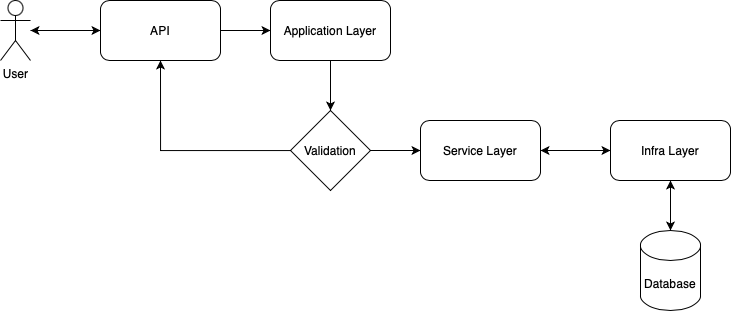
Above: architecture.png in wbail/hotel-reservation (draw.io), before the change. Source tidied: cells renumbered, new cells last; positions are measured from the earlier drawing's top-left corner, leaving out a move shared by most shapes. Its diagram source:
```xml
<mxGraphModel>
  <root>
    <mxCell id="0" />
    <mxCell id="1" parent="0" />
    <mxCell id="2" style="edgeStyle=orthogonalEdgeStyle;rounded=0;jettySize=auto;html=1;entryX=0.5;entryY=1;entryDx=0;entryDy=0;" parent="1" edge="1" source="3" target="15">
      <mxGeometry relative="1" as="geometry" />
    </mxCell>
    <mxCell id="3" value="Database" style="shape=cylinder3;whiteSpace=wrap;html=1;boundedLbl=1;backgroundOutline=1;size=15;" parent="1" vertex="1">
      <mxGeometry x="640" y="230" width="60" height="80" as="geometry" />
    </mxCell>
    <mxCell id="4" style="edgeStyle=orthogonalEdgeStyle;rounded=0;jettySize=auto;html=1;" parent="1" edge="1" source="6" target="10">
      <mxGeometry relative="1" as="geometry" />
    </mxCell>
    <mxCell id="5" style="edgeStyle=orthogonalEdgeStyle;rounded=0;jettySize=auto;html=1;" parent="1" edge="1" source="6" target="8">
      <mxGeometry relative="1" as="geometry" />
    </mxCell>
    <mxCell id="6" value="API" style="rounded=1;whiteSpace=wrap;html=1;" parent="1" vertex="1">
      <mxGeometry x="100" width="120" height="60" as="geometry" />
    </mxCell>
    <mxCell id="7" style="edgeStyle=orthogonalEdgeStyle;rounded=0;jettySize=auto;html=1;" parent="1" edge="1" source="8" target="6">
      <mxGeometry relative="1" as="geometry" />
    </mxCell>
    <mxCell id="8" value="User" style="shape=umlActor;verticalLabelPosition=bottom;verticalAlign=top;html=1;outlineConnect=0;" parent="1" vertex="1">
      <mxGeometry width="30" height="60" as="geometry" />
    </mxCell>
    <mxCell id="9" style="edgeStyle=orthogonalEdgeStyle;rounded=0;jettySize=auto;html=1;" parent="1" edge="1" source="10" target="18">
      <mxGeometry relative="1" as="geometry" />
    </mxCell>
    <mxCell id="10" value="Application Layer" style="whiteSpace=wrap;html=1;rounded=1;" parent="1" vertex="1">
      <mxGeometry x="270" width="120" height="60" as="geometry" />
    </mxCell>
    <mxCell id="11" style="edgeStyle=orthogonalEdgeStyle;rounded=0;jettySize=auto;html=1;" parent="1" edge="1" source="12" target="15">
      <mxGeometry relative="1" as="geometry" />
    </mxCell>
    <mxCell id="12" value="Service Layer" style="whiteSpace=wrap;html=1;rounded=1;" parent="1" vertex="1">
      <mxGeometry x="420" y="120" width="120" height="60" as="geometry" />
    </mxCell>
    <mxCell id="13" style="edgeStyle=orthogonalEdgeStyle;rounded=0;jettySize=auto;html=1;" parent="1" edge="1" source="15" target="3">
      <mxGeometry relative="1" as="geometry" />
    </mxCell>
    <mxCell id="14" style="edgeStyle=orthogonalEdgeStyle;rounded=0;jettySize=auto;html=1;" parent="1" edge="1" source="15" target="12">
      <mxGeometry relative="1" as="geometry" />
    </mxCell>
    <mxCell id="15" value="Infra Layer" style="whiteSpace=wrap;html=1;rounded=1;" parent="1" vertex="1">
      <mxGeometry x="610" y="120" width="120" height="60" as="geometry" />
    </mxCell>
    <mxCell id="16" style="edgeStyle=orthogonalEdgeStyle;rounded=0;jettySize=auto;html=1;entryX=0.5;entryY=1;entryDx=0;entryDy=0;" parent="1" edge="1" source="18" target="6">
      <mxGeometry relative="1" as="geometry" />
    </mxCell>
    <mxCell id="17" style="edgeStyle=orthogonalEdgeStyle;rounded=0;jettySize=auto;html=1;" parent="1" edge="1" source="18" target="12">
      <mxGeometry relative="1" as="geometry" />
    </mxCell>
    <mxCell id="18" value="Validation" style="rhombus;whiteSpace=wrap;html=1;" parent="1" vertex="1">
      <mxGeometry x="290" y="110" width="80" height="80" as="geometry" />
    </mxCell>
  </root>
</mxGraphModel>
```
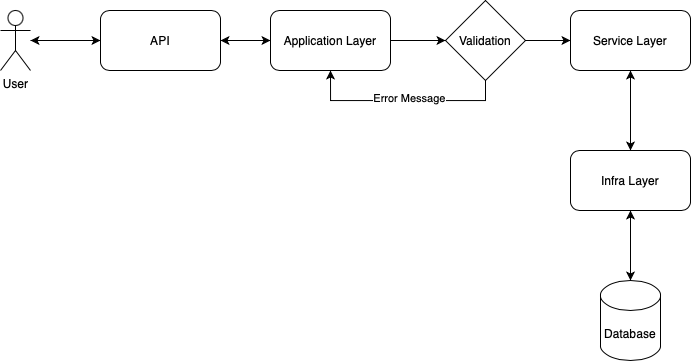
After the commit.

The edit, as a diff of the source:
```diff
@@ -6,7 +6,7 @@
       <mxGeometry relative="1" as="geometry" />
     </mxCell>
     <mxCell id="3" value="Database" style="shape=cylinder3;whiteSpace=wrap;html=1;boundedLbl=1;backgroundOutline=1;size=15;" parent="1" vertex="1">
-      <mxGeometry x="640" y="230" width="60" height="80" as="geometry" />
+      <mxGeometry x="600" y="270" width="60" height="80" as="geometry" />
     </mxCell>
     <mxCell id="4" style="edgeStyle=orthogonalEdgeStyle;rounded=0;jettySize=auto;html=1;" parent="1" edge="1" source="6" target="10">
       <mxGeometry relative="1" as="geometry" />
@@ -26,6 +26,9 @@
     <mxCell id="9" style="edgeStyle=orthogonalEdgeStyle;rounded=0;jettySize=auto;html=1;" parent="1" edge="1" source="10" target="18">
       <mxGeometry relative="1" as="geometry" />
     </mxCell>
+    <mxCell id="19" style="edgeStyle=orthogonalEdgeStyle;rounded=0;jettySize=auto;html=1;" parent="1" edge="1" source="10" target="6">
+      <mxGeometry relative="1" as="geometry" />
+    </mxCell>
     <mxCell id="10" value="Application Layer" style="whiteSpace=wrap;html=1;rounded=1;" parent="1" vertex="1">
       <mxGeometry x="270" width="120" height="60" as="geometry" />
     </mxCell>
@@ -33,25 +36,28 @@
       <mxGeometry relative="1" as="geometry" />
     </mxCell>
     <mxCell id="12" value="Service Layer" style="whiteSpace=wrap;html=1;rounded=1;" parent="1" vertex="1">
-      <mxGeometry x="420" y="120" width="120" height="60" as="geometry" />
+      <mxGeometry x="570" width="120" height="60" as="geometry" />
     </mxCell>
-    <mxCell id="13" style="edgeStyle=orthogonalEdgeStyle;rounded=0;jettySize=auto;html=1;" parent="1" edge="1" source="15" target="3">
+    <mxCell id="13" style="edgeStyle=orthogonalEdgeStyle;rounded=0;jettySize=auto;html=1;exitX=0.5;exitY=1;exitDx=0;exitDy=0;" parent="1" edge="1" source="15" target="3">
       <mxGeometry relative="1" as="geometry" />
     </mxCell>
     <mxCell id="14" style="edgeStyle=orthogonalEdgeStyle;rounded=0;jettySize=auto;html=1;" parent="1" edge="1" source="15" target="12">
       <mxGeometry relative="1" as="geometry" />
     </mxCell>
     <mxCell id="15" value="Infra Layer" style="whiteSpace=wrap;html=1;rounded=1;" parent="1" vertex="1">
-      <mxGeometry x="610" y="120" width="120" height="60" as="geometry" />
+      <mxGeometry x="570" y="140" width="120" height="60" as="geometry" />
     </mxCell>
-    <mxCell id="16" style="edgeStyle=orthogonalEdgeStyle;rounded=0;jettySize=auto;html=1;entryX=0.5;entryY=1;entryDx=0;entryDy=0;" parent="1" edge="1" source="18" target="6">
-      <mxGeometry relative="1" as="geometry" />
-    </mxCell>
-    <mxCell id="17" style="edgeStyle=orthogonalEdgeStyle;rounded=0;jettySize=auto;html=1;" parent="1" edge="1" source="18" target="12">
+    <mxCell id="17" style="edgeStyle=orthogonalEdgeStyle;rounded=0;jettySize=auto;html=1;exitX=1;exitY=0.5;exitDx=0;exitDy=0;" parent="1" edge="1" source="18" target="12">
       <mxGeometry relative="1" as="geometry" />
     </mxCell>
+    <mxCell id="20" style="edgeStyle=orthogonalEdgeStyle;rounded=0;jettySize=auto;html=1;exitX=0.5;exitY=1;exitDx=0;exitDy=0;entryX=0.5;entryY=1;entryDx=0;entryDy=0;" parent="1" edge="1" source="18" target="10">
+      <mxGeometry relative="1" as="geometry" />
+    </mxCell>
+    <mxCell id="21" value="Error Message" style="edgeLabel;html=1;align=center;verticalAlign=middle;" parent="20" vertex="1">
+      <mxGeometry x="-0.05" y="-3" relative="1" as="geometry" />
+    </mxCell>
     <mxCell id="18" value="Validation" style="rhombus;whiteSpace=wrap;html=1;" parent="1" vertex="1">
-      <mxGeometry x="290" y="110" width="80" height="80" as="geometry" />
+      <mxGeometry x="445" y="-10" width="80" height="80" as="geometry" />
     </mxCell>
   </root>
 </mxGraphModel>
```
